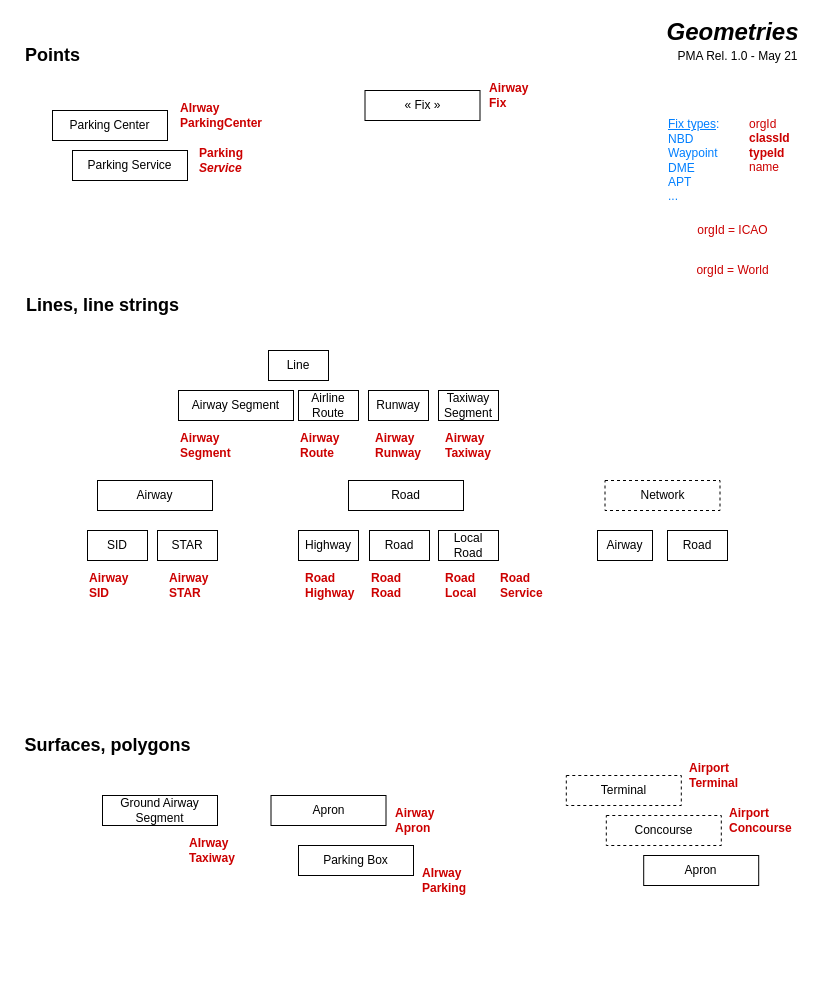
Earlier version of the draw.io diagram docs/geometries.drawio (devleaks/emitpy). Source tidied: cells renumbered, new cells numbered last; positions are measured from the earlier drawing's top-left corner, leaving out a move shared by most shapes. Both pictures are drawn from the tidied source at 100%, with x=0, y=0 at pixel (17, 17).
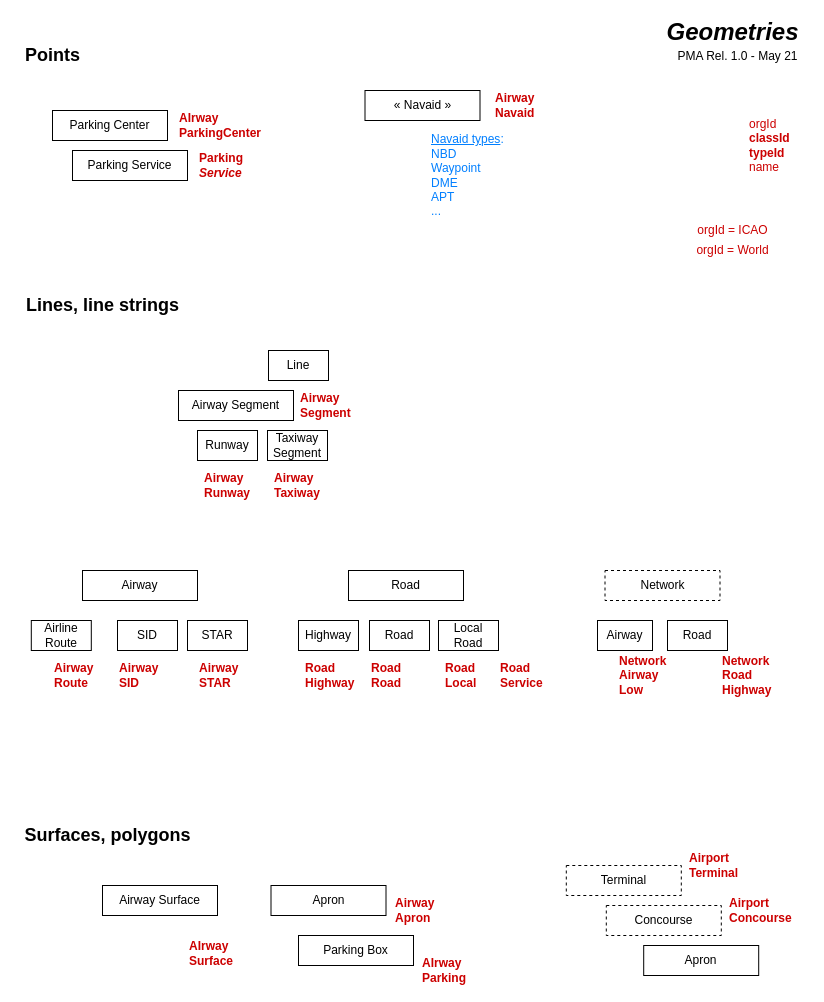
The same page after the edit.

What changed in the source:
```diff
@@
     <mxCell id="6" value="Surfaces, polygons" style="text;html=1;align=center;verticalAlign=middle;fontSize=18;fontStyle=1;" parent="1" vertex="1">
-      <mxGeometry y="713" width="180" height="30" as="geometry" />
+      <mxGeometry y="803" width="180" height="30" as="geometry" />
     </mxCell>
-    <mxCell id="7" value="« Fix »" style="rounded=0;whiteSpace=wrap;html=1;" parent="1" vertex="1">
+    <mxCell id="7" value="« Navaid »" style="rounded=0;whiteSpace=wrap;html=1;" parent="1" vertex="1">
       <mxGeometry x="347.5" y="73" width="115" height="30" as="geometry" />
     </mxCell>
@@
     <mxCell id="10" value="Airway" style="rounded=0;whiteSpace=wrap;html=1;" parent="1" vertex="1">
-      <mxGeometry x="80" y="463" width="115" height="30" as="geometry" />
+      <mxGeometry x="65" y="553" width="115" height="30" as="geometry" />
     </mxCell>
     <mxCell id="11" value="Road" style="rounded=0;whiteSpace=wrap;html=1;" parent="1" vertex="1">
-      <mxGeometry x="331" y="463" width="115" height="30" as="geometry" />
+      <mxGeometry x="331" y="553" width="115" height="30" as="geometry" />
     </mxCell>
     <mxCell id="12" value="SID" style="rounded=0;whiteSpace=wrap;html=1;" parent="1" vertex="1">
-      <mxGeometry x="70" y="513" width="60" height="30" as="geometry" />
+      <mxGeometry x="100" y="603" width="60" height="30" as="geometry" />
     </mxCell>
     <mxCell id="13" value="STAR" style="rounded=0;whiteSpace=wrap;html=1;" parent="1" vertex="1">
-      <mxGeometry x="140" y="513" width="60" height="30" as="geometry" />
+      <mxGeometry x="170" y="603" width="60" height="30" as="geometry" />
     </mxCell>
     <mxCell id="14" value="Airline Route" style="rounded=0;whiteSpace=wrap;html=1;" parent="1" vertex="1">
-      <mxGeometry x="281" y="373" width="60" height="30" as="geometry" />
+      <mxGeometry x="13.8" y="603" width="60" height="30" as="geometry" />
     </mxCell>
     <mxCell id="15" value="Highway" style="rounded=0;whiteSpace=wrap;html=1;" parent="1" vertex="1">
-      <mxGeometry x="281" y="513" width="60" height="30" as="geometry" />
+      <mxGeometry x="281" y="603" width="60" height="30" as="geometry" />
     </mxCell>
     <mxCell id="16" value="Road" style="rounded=0;whiteSpace=wrap;html=1;" parent="1" vertex="1">
-      <mxGeometry x="352" y="513" width="60" height="30" as="geometry" />
+      <mxGeometry x="352" y="603" width="60" height="30" as="geometry" />
     </mxCell>
     <mxCell id="17" value="Local Road" style="rounded=0;whiteSpace=wrap;html=1;" parent="1" vertex="1">
-      <mxGeometry x="421" y="513" width="60" height="30" as="geometry" />
+      <mxGeometry x="421" y="603" width="60" height="30" as="geometry" />
     </mxCell>
     <mxCell id="18" value="Network" style="rounded=0;whiteSpace=wrap;html=1;dashed=1;" parent="1" vertex="1">
-      <mxGeometry x="587.5" y="463" width="115" height="30" as="geometry" />
+      <mxGeometry x="587.5" y="553" width="115" height="30" as="geometry" />
     </mxCell>
     <mxCell id="19" value="Road" style="rounded=0;whiteSpace=wrap;html=1;" parent="1" vertex="1">
-      <mxGeometry x="650" y="513" width="60" height="30" as="geometry" />
+      <mxGeometry x="650" y="603" width="60" height="30" as="geometry" />
     </mxCell>
     <mxCell id="20" value="Airway" style="rounded=0;whiteSpace=wrap;html=1;" parent="1" vertex="1">
-      <mxGeometry x="580" y="513" width="55" height="30" as="geometry" />
+      <mxGeometry x="580" y="603" width="55" height="30" as="geometry" />
     </mxCell>
@@
     <mxCell id="23" value="Runway" style="rounded=0;whiteSpace=wrap;html=1;" parent="1" vertex="1">
-      <mxGeometry x="351" y="373" width="60" height="30" as="geometry" />
+      <mxGeometry x="180" y="413" width="60" height="30" as="geometry" />
     </mxCell>
     <mxCell id="24" value="Taxiway Segment" style="rounded=0;whiteSpace=wrap;html=1;" parent="1" vertex="1">
-      <mxGeometry x="421" y="373" width="60" height="30" as="geometry" />
+      <mxGeometry x="250" y="413" width="60" height="30" as="geometry" />
     </mxCell>
-    <mxCell id="25" value="&lt;u&gt;Fix types&lt;/u&gt;:&lt;br&gt;NBD&lt;br&gt;Waypoint&lt;br&gt;DME&lt;br&gt;APT&lt;br&gt;..." style="text;html=1;align=left;verticalAlign=middle;strokeColor=none;fontColor=#007FFF;" parent="1" vertex="1">
-      <mxGeometry x="648.8" y="98" width="70" height="90" as="geometry" />
+    <mxCell id="25" value="&lt;u&gt;Navaid&amp;nbsp;types&lt;/u&gt;:&lt;br&gt;NBD&lt;br&gt;Waypoint&lt;br&gt;DME&lt;br&gt;APT&lt;br&gt;..." style="text;html=1;align=left;verticalAlign=middle;strokeColor=none;fontColor=#007FFF;" parent="1" vertex="1">
+      <mxGeometry x="412" y="113" width="90" height="90" as="geometry" />
     </mxCell>
-    <mxCell id="26" value="Ground Airway Segment" style="rounded=0;whiteSpace=wrap;html=1;" parent="1" vertex="1">
-      <mxGeometry x="85" y="778" width="115" height="30" as="geometry" />
+    <mxCell id="26" value="Airway Surface" style="rounded=0;whiteSpace=wrap;html=1;" parent="1" vertex="1">
+      <mxGeometry x="85" y="868" width="115" height="30" as="geometry" />
     </mxCell>
     <mxCell id="27" value="Apron" style="rounded=0;whiteSpace=wrap;html=1;" parent="1" vertex="1">
-      <mxGeometry x="253.5" y="778" width="115" height="30" as="geometry" />
+      <mxGeometry x="253.5" y="868" width="115" height="30" as="geometry" />
     </mxCell>
     <mxCell id="28" value="Parking Box" style="rounded=0;whiteSpace=wrap;html=1;" parent="1" vertex="1">
-      <mxGeometry x="281" y="828" width="115" height="30" as="geometry" />
+      <mxGeometry x="281" y="918" width="115" height="30" as="geometry" />
     </mxCell>
     <mxCell id="29" value="Concourse" style="rounded=0;whiteSpace=wrap;html=1;dashed=1;" parent="1" vertex="1">
-      <mxGeometry x="588.8" y="798" width="115" height="30" as="geometry" />
+      <mxGeometry x="588.8" y="888" width="115" height="30" as="geometry" />
     </mxCell>
     <mxCell id="30" value="Terminal" style="rounded=0;whiteSpace=wrap;html=1;dashed=1;" parent="1" vertex="1">
-      <mxGeometry x="548.8" y="758" width="115" height="30" as="geometry" />
+      <mxGeometry x="548.8" y="848" width="115" height="30" as="geometry" />
     </mxCell>
     <mxCell id="31" value="Apron" style="rounded=0;whiteSpace=wrap;html=1;" parent="1" vertex="1">
-      <mxGeometry x="626.2" y="838" width="115" height="30" as="geometry" />
+      <mxGeometry x="626.2" y="928" width="115" height="30" as="geometry" />
     </mxCell>
     <mxCell id="32" value="Parking&lt;br&gt;&lt;i&gt;Service&lt;/i&gt;" style="text;html=1;strokeColor=none;fillColor=none;align=left;verticalAlign=middle;whiteSpace=wrap;rounded=0;dashed=1;fontColor=#CC0000;fontStyle=1;" parent="1" vertex="1">
-      <mxGeometry x="180" y="123" width="50" height="40" as="geometry" />
+      <mxGeometry x="180" y="128" width="50" height="40" as="geometry" />
     </mxCell>
-    <mxCell id="33" value="Airway&lt;br&gt;Fix" style="text;html=1;strokeColor=none;fillColor=none;align=left;verticalAlign=middle;whiteSpace=wrap;rounded=0;dashed=1;fontColor=#CC0000;fontStyle=1;" parent="1" vertex="1">
-      <mxGeometry x="470" y="63" width="50" height="30" as="geometry" />
+    <mxCell id="33" value="Airway&lt;br&gt;Navaid" style="text;html=1;strokeColor=none;fillColor=none;align=left;verticalAlign=middle;whiteSpace=wrap;rounded=0;dashed=1;fontColor=#CC0000;fontStyle=1;" parent="1" vertex="1">
+      <mxGeometry x="476" y="73" width="50" height="30" as="geometry" />
     </mxCell>
     <mxCell id="34" value="AIrway&lt;br&gt;ParkingCenter" style="text;html=1;strokeColor=none;fillColor=none;align=left;verticalAlign=middle;whiteSpace=wrap;rounded=0;dashed=1;fontColor=#CC0000;fontStyle=1;" parent="1" vertex="1">
-      <mxGeometry x="161" y="83" width="60" height="30" as="geometry" />
+      <mxGeometry x="160" y="93" width="60" height="30" as="geometry" />
     </mxCell>
@@
     <mxCell id="36" value="Airway&lt;br&gt;Route" style="text;html=1;strokeColor=none;fillColor=none;align=left;verticalAlign=middle;whiteSpace=wrap;rounded=0;dashed=1;fontColor=#CC0000;fontStyle=1;" parent="1" vertex="1">
-      <mxGeometry x="281" y="413" width="50" height="30" as="geometry" />
+      <mxGeometry x="35" y="643" width="50" height="30" as="geometry" />
     </mxCell>
     <mxCell id="37" value="Airway&lt;br&gt;Runway" style="text;html=1;strokeColor=none;fillColor=none;align=left;verticalAlign=middle;whiteSpace=wrap;rounded=0;dashed=1;fontColor=#CC0000;fontStyle=1;" parent="1" vertex="1">
-      <mxGeometry x="356" y="413" width="50" height="30" as="geometry" />
+      <mxGeometry x="185" y="453" width="50" height="30" as="geometry" />
     </mxCell>
     <mxCell id="38" value="Airway&lt;br&gt;Taxiway" style="text;html=1;strokeColor=none;fillColor=none;align=left;verticalAlign=middle;whiteSpace=wrap;rounded=0;dashed=1;fontColor=#CC0000;fontStyle=1;" parent="1" vertex="1">
-      <mxGeometry x="426" y="413" width="50" height="30" as="geometry" />
+      <mxGeometry x="255" y="453" width="50" height="30" as="geometry" />
     </mxCell>
     <mxCell id="39" value="Airway&lt;br&gt;Segment" style="text;html=1;strokeColor=none;fillColor=none;align=left;verticalAlign=middle;whiteSpace=wrap;rounded=0;dashed=1;fontColor=#CC0000;fontStyle=1;" parent="1" vertex="1">
-      <mxGeometry x="161" y="413" width="50" height="30" as="geometry" />
+      <mxGeometry x="281" y="373" width="50" height="30" as="geometry" />
     </mxCell>
     <mxCell id="40" value="Airway&lt;br&gt;SID" style="text;html=1;strokeColor=none;fillColor=none;align=left;verticalAlign=middle;whiteSpace=wrap;rounded=0;dashed=1;fontColor=#CC0000;fontStyle=1;" parent="1" vertex="1">
-      <mxGeometry x="70" y="553" width="50" height="30" as="geometry" />
+      <mxGeometry x="100" y="643" width="50" height="30" as="geometry" />
     </mxCell>
     <mxCell id="41" value="Airway&lt;br&gt;STAR" style="text;html=1;strokeColor=none;fillColor=none;align=left;verticalAlign=middle;whiteSpace=wrap;rounded=0;dashed=1;fontColor=#CC0000;fontStyle=1;" parent="1" vertex="1">
-      <mxGeometry x="150" y="553" width="50" height="30" as="geometry" />
+      <mxGeometry x="180" y="643" width="50" height="30" as="geometry" />
     </mxCell>
     <mxCell id="42" value="Road&lt;br&gt;Highway" style="text;html=1;strokeColor=none;fillColor=none;align=left;verticalAlign=middle;whiteSpace=wrap;rounded=0;dashed=1;fontColor=#CC0000;fontStyle=1;" parent="1" vertex="1">
-      <mxGeometry x="286" y="553" width="50" height="30" as="geometry" />
+      <mxGeometry x="286" y="643" width="50" height="30" as="geometry" />
     </mxCell>
     <mxCell id="43" value="Road&lt;br&gt;Road" style="text;html=1;strokeColor=none;fillColor=none;align=left;verticalAlign=middle;whiteSpace=wrap;rounded=0;dashed=1;fontColor=#CC0000;fontStyle=1;" parent="1" vertex="1">
-      <mxGeometry x="352" y="553" width="50" height="30" as="geometry" />
+      <mxGeometry x="352" y="643" width="50" height="30" as="geometry" />
     </mxCell>
     <mxCell id="44" value="Road&lt;br&gt;Local" style="text;html=1;strokeColor=none;fillColor=none;align=left;verticalAlign=middle;whiteSpace=wrap;rounded=0;dashed=1;fontColor=#CC0000;fontStyle=1;" parent="1" vertex="1">
-      <mxGeometry x="426" y="553" width="50" height="30" as="geometry" />
+      <mxGeometry x="426" y="643" width="50" height="30" as="geometry" />
     </mxCell>
     <mxCell id="45" value="Road&lt;br&gt;Service" style="text;html=1;strokeColor=none;fillColor=none;align=left;verticalAlign=middle;whiteSpace=wrap;rounded=0;dashed=1;fontColor=#CC0000;fontStyle=1;" parent="1" vertex="1">
-      <mxGeometry x="481" y="553" width="50" height="30" as="geometry" />
+      <mxGeometry x="481" y="643" width="50" height="30" as="geometry" />
     </mxCell>
     <mxCell id="46" value="Airway&lt;br&gt;Apron" style="text;html=1;strokeColor=none;fillColor=none;align=left;verticalAlign=middle;whiteSpace=wrap;rounded=0;dashed=1;fontColor=#CC0000;fontStyle=1;" parent="1" vertex="1">
-      <mxGeometry x="376" y="788" width="50" height="30" as="geometry" />
+      <mxGeometry x="376" y="878" width="50" height="30" as="geometry" />
     </mxCell>
     <mxCell id="47" value="Airport&lt;br&gt;Terminal" style="text;html=1;strokeColor=none;fillColor=none;align=left;verticalAlign=middle;whiteSpace=wrap;rounded=0;dashed=1;fontColor=#CC0000;fontStyle=1;" parent="1" vertex="1">
-      <mxGeometry x="670" y="743" width="60" height="30" as="geometry" />
+      <mxGeometry x="670" y="833" width="60" height="30" as="geometry" />
     </mxCell>
     <mxCell id="48" value="Airport&lt;br&gt;Concourse" style="text;html=1;strokeColor=none;fillColor=none;align=left;verticalAlign=middle;whiteSpace=wrap;rounded=0;dashed=1;fontColor=#CC0000;fontStyle=1;" parent="1" vertex="1">
-      <mxGeometry x="710" y="788" width="80" height="30" as="geometry" />
+      <mxGeometry x="710" y="878" width="80" height="30" as="geometry" />
     </mxCell>
     <mxCell id="49" value="AIrway&lt;br&gt;Parking" style="text;html=1;strokeColor=none;fillColor=none;align=left;verticalAlign=middle;whiteSpace=wrap;rounded=0;dashed=1;fontColor=#CC0000;fontStyle=1;" parent="1" vertex="1">
-      <mxGeometry x="402.5" y="848" width="60" height="30" as="geometry" />
+      <mxGeometry x="402.5" y="938" width="60" height="30" as="geometry" />
     </mxCell>
-    <mxCell id="50" value="AIrway&lt;br&gt;Taxiway" style="text;html=1;strokeColor=none;fillColor=none;align=left;verticalAlign=middle;whiteSpace=wrap;rounded=0;dashed=1;fontColor=#CC0000;fontStyle=1;" parent="1" vertex="1">
-      <mxGeometry x="170" y="818" width="60" height="30" as="geometry" />
+    <mxCell id="50" value="AIrway&lt;br&gt;Surface" style="text;html=1;strokeColor=none;fillColor=none;align=left;verticalAlign=middle;whiteSpace=wrap;rounded=0;dashed=1;fontColor=#CC0000;fontStyle=1;" parent="1" vertex="1">
+      <mxGeometry x="170" y="908" width="60" height="55" as="geometry" />
     </mxCell>
@@
     <mxCell id="52" value="orgId = World" style="text;html=1;align=center;verticalAlign=middle;strokeColor=none;fontColor=#CC0000;" parent="1" vertex="1">
-      <mxGeometry x="670" y="243" width="90" height="20" as="geometry" />
+      <mxGeometry x="670" y="223" width="90" height="20" as="geometry" />
     </mxCell>
+    <mxCell id="53" value="Network&lt;br&gt;Airway&lt;br&gt;Low" style="text;html=1;strokeColor=none;fillColor=none;align=left;verticalAlign=middle;whiteSpace=wrap;rounded=0;dashed=1;fontColor=#CC0000;fontStyle=1;" parent="1" vertex="1">
+      <mxGeometry x="600" y="633" width="50" height="50" as="geometry" />
+    </mxCell>
+    <mxCell id="54" value="Network&lt;br&gt;Road&lt;br&gt;Highway" style="text;html=1;strokeColor=none;fillColor=none;align=left;verticalAlign=middle;whiteSpace=wrap;rounded=0;dashed=1;fontColor=#CC0000;fontStyle=1;" parent="1" vertex="1">
+      <mxGeometry x="702.5" y="633" width="50" height="50" as="geometry" />
+    </mxCell>
```
